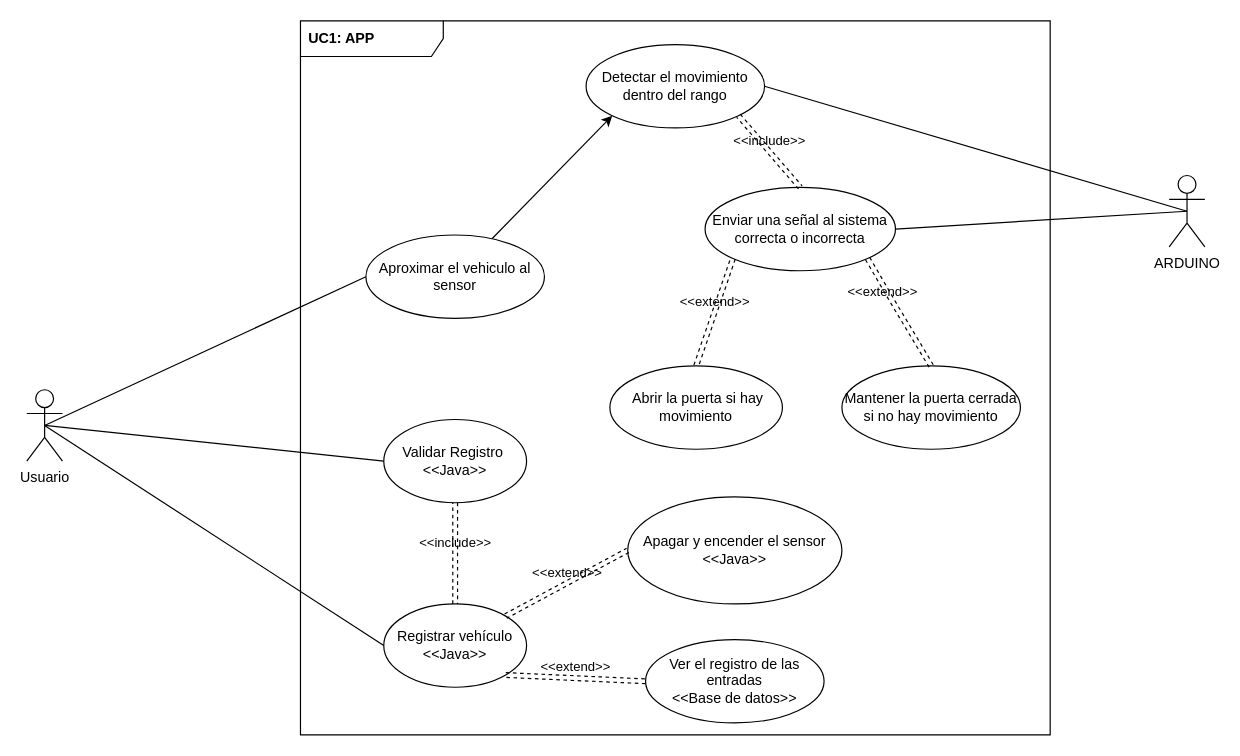
Earlier version of the draw.io diagram lib/DiagramaCasosDeUso_Proyecto.drawio (BrandonFreire/ProyectoBimestre). Source tidied: cells renumbered, new cells numbered last; positions are measured from the earlier drawing's top-left corner, leaving out a move shared by most shapes. Both pictures are drawn from the tidied source at 119%, with x=0, y=0 at pixel (26, 20).
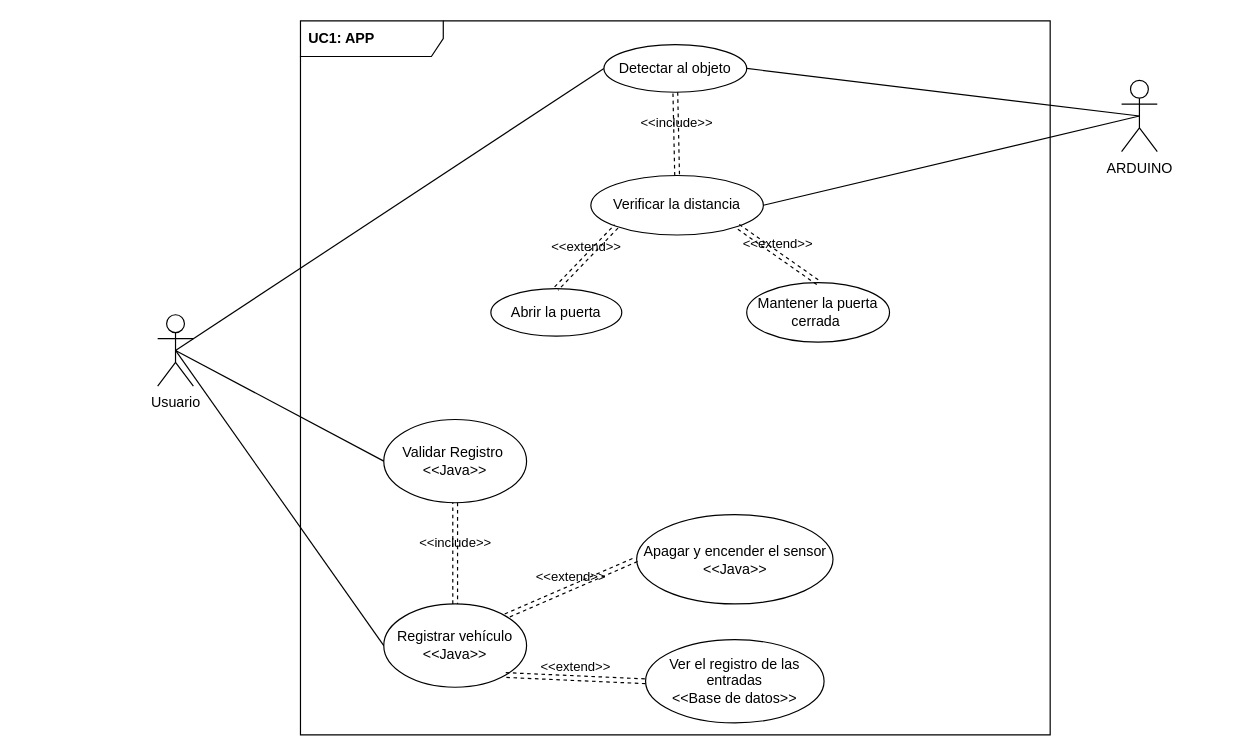
The same page after the edit.

Diff of the diagram source:
```diff
@@
     <mxCell id="2" value="Usuario" style="shape=umlActor;verticalLabelPosition=bottom;verticalAlign=top;html=1;" parent="1" vertex="1">
-      <mxGeometry y="310" width="30" height="60" as="geometry" />
+      <mxGeometry x="110" y="247" width="30" height="60" as="geometry" />
     </mxCell>
-    <mxCell id="3" style="html=1;exitX=0.5;exitY=0.5;exitDx=0;exitDy=0;exitPerimeter=0;entryX=0;entryY=0.5;entryDx=0;entryDy=0;endArrow=none;endFill=0;" parent="1" edge="1" source="2" target="7">
+    <mxCell id="3" style="html=1;exitX=0.5;exitY=0.5;exitDx=0;exitDy=0;exitPerimeter=0;entryX=0;entryY=0.5;entryDx=0;entryDy=0;endArrow=none;endFill=0;" parent="1" edge="1" source="2" target="8">
       <mxGeometry relative="1" as="geometry" />
     </mxCell>
@@
     <mxCell id="5" value="ARDUINO" style="shape=umlActor;verticalLabelPosition=bottom;verticalAlign=top;html=1;" parent="1" vertex="1">
-      <mxGeometry x="960" y="130" width="30" height="60" as="geometry" />
+      <mxGeometry x="920" y="50" width="30" height="60" as="geometry" />
     </mxCell>
-    <mxCell id="6" style="edgeStyle=none;html=1;entryX=0;entryY=1;entryDx=0;entryDy=0;" parent="1" edge="1" source="7" target="8">
-      <mxGeometry relative="1" as="geometry" />
-    </mxCell>
-    <mxCell id="7" value="&lt;span style=&quot;&quot;&gt;Aproximar el vehiculo al sensor&lt;/span&gt;" style="ellipse;whiteSpace=wrap;html=1;" parent="1" vertex="1">
-      <mxGeometry x="285" y="180" width="150" height="70" as="geometry" />
-    </mxCell>
-    <mxCell id="8" value="&lt;span style=&quot;&quot;&gt;Detectar el movimiento dentro del rango&lt;/span&gt;" style="ellipse;whiteSpace=wrap;html=1;" parent="1" vertex="1">
-      <mxGeometry x="470" y="20" width="150" height="70" as="geometry" />
+    <mxCell id="8" value="&lt;span style=&quot;&quot;&gt;Detectar al objeto&lt;/span&gt;" style="ellipse;whiteSpace=wrap;html=1;" parent="1" vertex="1">
+      <mxGeometry x="485" y="20" width="120" height="40" as="geometry" />
     </mxCell>
-    <mxCell id="9" value="&lt;span style=&quot;&quot;&gt;Enviar una señal al sistema correcta o incorrecta&lt;/span&gt;" style="ellipse;whiteSpace=wrap;html=1;" parent="1" vertex="1">
-      <mxGeometry x="570" y="140" width="160" height="70" as="geometry" />
+    <mxCell id="9" value="&lt;span style=&quot;&quot;&gt;Verificar la distancia&lt;/span&gt;" style="ellipse;whiteSpace=wrap;html=1;" parent="1" vertex="1">
+      <mxGeometry x="474" y="130" width="145" height="50" as="geometry" />
     </mxCell>
-    <mxCell id="10" value="&amp;lt;&amp;lt;include&amp;gt;&amp;gt;" style="html=1;verticalAlign=bottom;labelBackgroundColor=none;endArrow=open;endFill=0;dashed=1;shape=link;exitX=1;exitY=1;exitDx=0;exitDy=0;entryX=0.5;entryY=0;entryDx=0;entryDy=0;" parent="1" edge="1" source="8" target="9">
+    <mxCell id="10" value="&amp;lt;&amp;lt;include&amp;gt;&amp;gt;" style="html=1;verticalAlign=bottom;labelBackgroundColor=none;endArrow=open;endFill=0;dashed=1;shape=link;exitX=0.5;exitY=1;exitDx=0;exitDy=0;entryX=0.5;entryY=0;entryDx=0;entryDy=0;" parent="1" edge="1" source="8" target="9">
       <mxGeometry relative="1" as="geometry" />
     </mxCell>
@@
-    <mxCell id="12" value="&amp;nbsp;Abrir la puerta si hay movimiento" style="ellipse;whiteSpace=wrap;html=1;" parent="1" vertex="1">
-      <mxGeometry x="490" y="290" width="145" height="70" as="geometry" />
+    <mxCell id="12" value="&amp;nbsp;Abrir la puerta&amp;nbsp;" style="ellipse;whiteSpace=wrap;html=1;" parent="1" vertex="1">
+      <mxGeometry x="390" y="225" width="110" height="40" as="geometry" />
     </mxCell>
-    <mxCell id="13" value="&amp;lt;&amp;lt;extend&amp;gt;&amp;gt;" style="html=1;verticalAlign=bottom;labelBackgroundColor=none;endArrow=open;endFill=0;dashed=1;shape=link;exitX=0;exitY=1;exitDx=0;exitDy=0;entryX=0.5;entryY=0;entryDx=0;entryDy=0;" parent="1" edge="1" source="9" target="12">
-      <mxGeometry relative="1" as="geometry" />
-    </mxCell>
-    <mxCell id="14" value="&lt;span style=&quot;&quot;&gt;Mantener la puerta cerrada si no hay movimiento&lt;/span&gt;" style="ellipse;whiteSpace=wrap;html=1;" parent="1" vertex="1">
-      <mxGeometry x="685" y="290" width="150" height="70" as="geometry" />
+    <mxCell id="14" value="&lt;span style=&quot;&quot;&gt;Mantener la puerta cerrada&amp;nbsp;&lt;/span&gt;" style="ellipse;whiteSpace=wrap;html=1;" parent="1" vertex="1">
+      <mxGeometry x="605" y="220" width="120" height="50" as="geometry" />
     </mxCell>
-    <mxCell id="15" value="&amp;lt;&amp;lt;extend&amp;gt;&amp;gt;" style="html=1;verticalAlign=bottom;labelBackgroundColor=none;endArrow=open;endFill=0;dashed=1;shape=link;exitX=1;exitY=1;exitDx=0;exitDy=0;entryX=0.5;entryY=0;entryDx=0;entryDy=0;" parent="1" edge="1" source="9" target="14">
-      <mxGeometry x="-0.25" y="-8" relative="1" as="geometry">
-        <Array as="points">
-          <mxPoint x="730" y="240" />
-        </Array>
-      </mxGeometry>
-    </mxCell>
@@
     <mxCell id="19" value="&lt;span style=&quot;&quot;&gt;Apagar y encender el sensor&lt;br&gt;&amp;lt;&amp;lt;Java&amp;gt;&amp;gt;&lt;br&gt;&lt;/span&gt;" style="ellipse;whiteSpace=wrap;html=1;" parent="1" vertex="1">
-      <mxGeometry x="505" y="400" width="180" height="90" as="geometry" />
+      <mxGeometry x="512.5" y="415" width="165" height="75" as="geometry" />
     </mxCell>
@@
+    <mxCell id="13" value="&amp;lt;&amp;lt;extend&amp;gt;&amp;gt;" style="html=1;verticalAlign=bottom;labelBackgroundColor=none;endArrow=open;endFill=0;dashed=1;shape=link;exitX=0;exitY=1;exitDx=0;exitDy=0;entryX=0.5;entryY=0;entryDx=0;entryDy=0;" parent="1" edge="1" source="9" target="12">
+      <mxGeometry relative="1" as="geometry" />
+    </mxCell>
+    <mxCell id="15" value="&amp;lt;&amp;lt;extend&amp;gt;&amp;gt;" style="html=1;verticalAlign=bottom;labelBackgroundColor=none;endArrow=open;endFill=0;dashed=1;shape=link;exitX=1;exitY=1;exitDx=0;exitDy=0;entryX=0.5;entryY=0;entryDx=0;entryDy=0;" parent="1" edge="1" source="9" target="14">
+      <mxGeometry relative="1" as="geometry" />
+    </mxCell>
```
